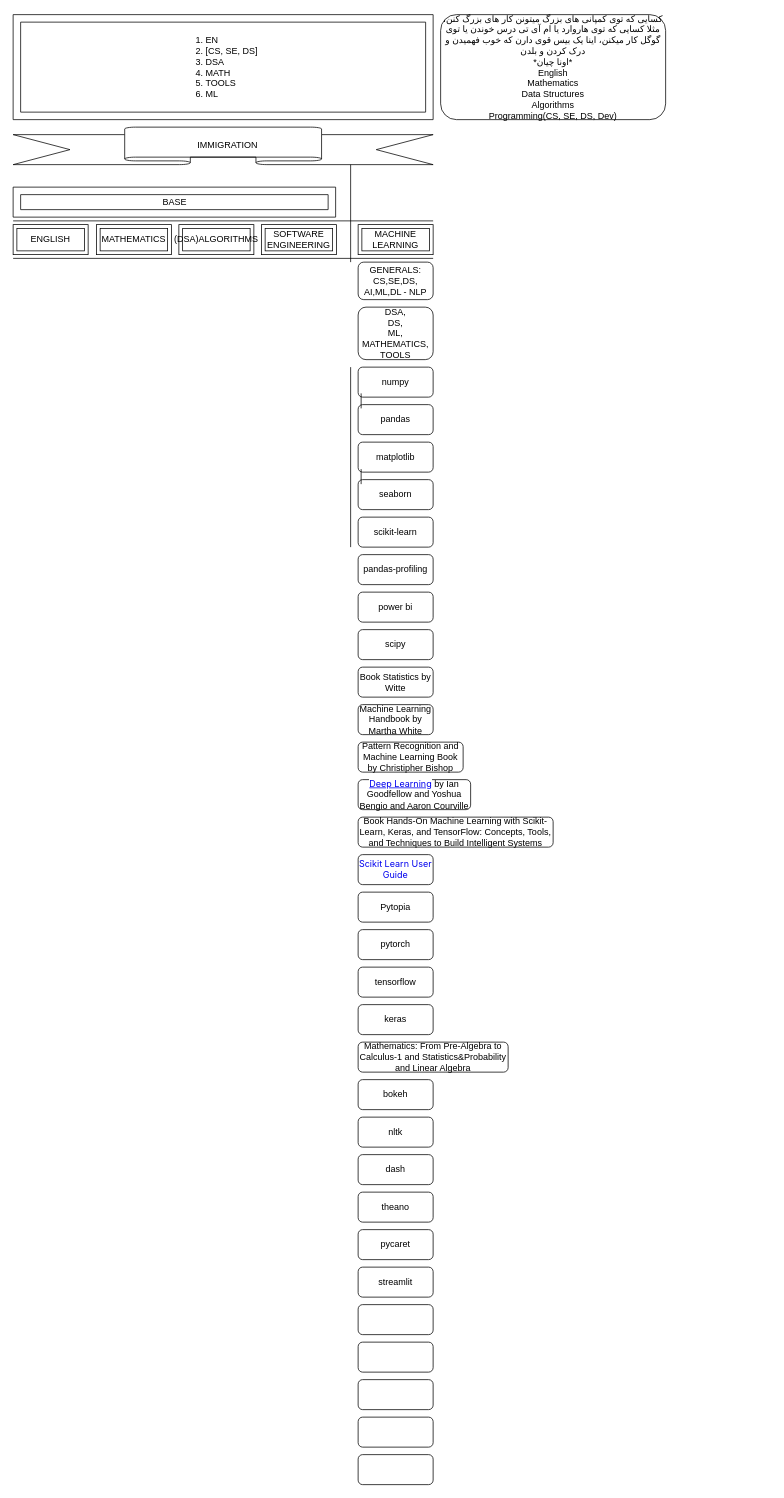
amir4v/dev keeps this draw.io diagram as Specific-RoadMap/draw/Untitled Diagram.drawio. Above is the earlier version. Source tidied: cells renumbered, new cells numbered last; positions are measured from the earlier drawing's top-left corner, leaving out a move shared by most shapes. Both pictures are drawn from the tidied source at 75%, with x=0, y=0 at pixel (13, 14).
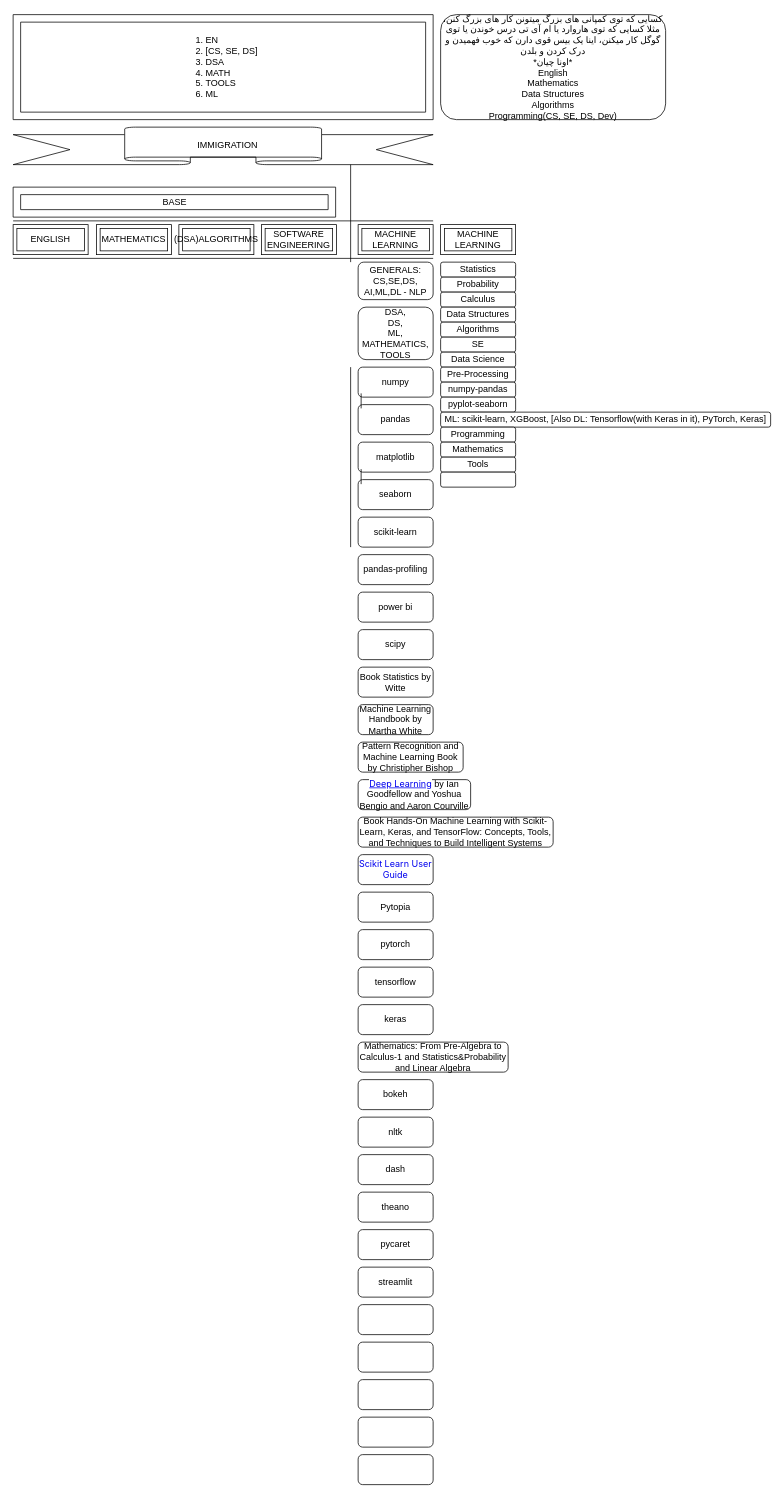
The same page after the edit.

Diff of the diagram source:
```diff
@@
+    <mxCell id="52" value="MACHINE LEARNING" style="shape=ext;margin=3;double=1;whiteSpace=wrap;html=1;align=center;" parent="1" vertex="1">
+      <mxGeometry x="570" y="280" width="100" height="40" as="geometry" />
+    </mxCell>
+    <mxCell id="53" value="Statistics" style="rounded=1;whiteSpace=wrap;html=1;" parent="1" vertex="1">
+      <mxGeometry x="570" y="330" width="100" height="20" as="geometry" />
+    </mxCell>
+    <mxCell id="54" value="Probability" style="rounded=1;whiteSpace=wrap;html=1;" parent="1" vertex="1">
+      <mxGeometry x="570" y="350" width="100" height="20" as="geometry" />
+    </mxCell>
+    <mxCell id="55" value="Calculus" style="rounded=1;whiteSpace=wrap;html=1;" parent="1" vertex="1">
+      <mxGeometry x="570" y="370" width="100" height="20" as="geometry" />
+    </mxCell>
+    <mxCell id="56" value="Data Structures" style="rounded=1;whiteSpace=wrap;html=1;" parent="1" vertex="1">
+      <mxGeometry x="570" y="390" width="100" height="20" as="geometry" />
+    </mxCell>
+    <mxCell id="57" value="Algorithms" style="rounded=1;whiteSpace=wrap;html=1;" parent="1" vertex="1">
+      <mxGeometry x="570" y="410" width="100" height="20" as="geometry" />
+    </mxCell>
+    <mxCell id="58" value="SE" style="rounded=1;whiteSpace=wrap;html=1;" parent="1" vertex="1">
+      <mxGeometry x="570" y="430" width="100" height="20" as="geometry" />
+    </mxCell>
+    <mxCell id="59" value="Data Science" style="rounded=1;whiteSpace=wrap;html=1;" parent="1" vertex="1">
+      <mxGeometry x="570" y="450" width="100" height="20" as="geometry" />
+    </mxCell>
+    <mxCell id="60" value="Pre-Processing" style="rounded=1;whiteSpace=wrap;html=1;" parent="1" vertex="1">
+      <mxGeometry x="570" y="470" width="100" height="20" as="geometry" />
+    </mxCell>
+    <mxCell id="61" value="numpy-pandas" style="rounded=1;whiteSpace=wrap;html=1;" parent="1" vertex="1">
+      <mxGeometry x="570" y="490" width="100" height="20" as="geometry" />
+    </mxCell>
+    <mxCell id="62" value="pyplot-seaborn" style="rounded=1;whiteSpace=wrap;html=1;" parent="1" vertex="1">
+      <mxGeometry x="570" y="510" width="100" height="20" as="geometry" />
+    </mxCell>
+    <mxCell id="63" value="ML: scikit-learn, XGBoost, [Also DL: Tensorflow(with Keras in it), PyTorch, Keras]" style="rounded=1;whiteSpace=wrap;html=1;" parent="1" vertex="1">
+      <mxGeometry x="570" y="530" width="440" height="20" as="geometry" />
+    </mxCell>
+    <mxCell id="64" value="Programming" style="rounded=1;whiteSpace=wrap;html=1;" parent="1" vertex="1">
+      <mxGeometry x="570" y="550" width="100" height="20" as="geometry" />
+    </mxCell>
+    <mxCell id="65" value="Mathematics" style="rounded=1;whiteSpace=wrap;html=1;" parent="1" vertex="1">
+      <mxGeometry x="570" y="570" width="100" height="20" as="geometry" />
+    </mxCell>
+    <mxCell id="66" value="Tools" style="rounded=1;whiteSpace=wrap;html=1;" parent="1" vertex="1">
+      <mxGeometry x="570" y="590" width="100" height="20" as="geometry" />
+    </mxCell>
+    <mxCell id="67" style="rounded=1;whiteSpace=wrap;html=1;" parent="1" vertex="1">
+      <mxGeometry x="570" y="610" width="100" height="20" as="geometry" />
+    </mxCell>
```
